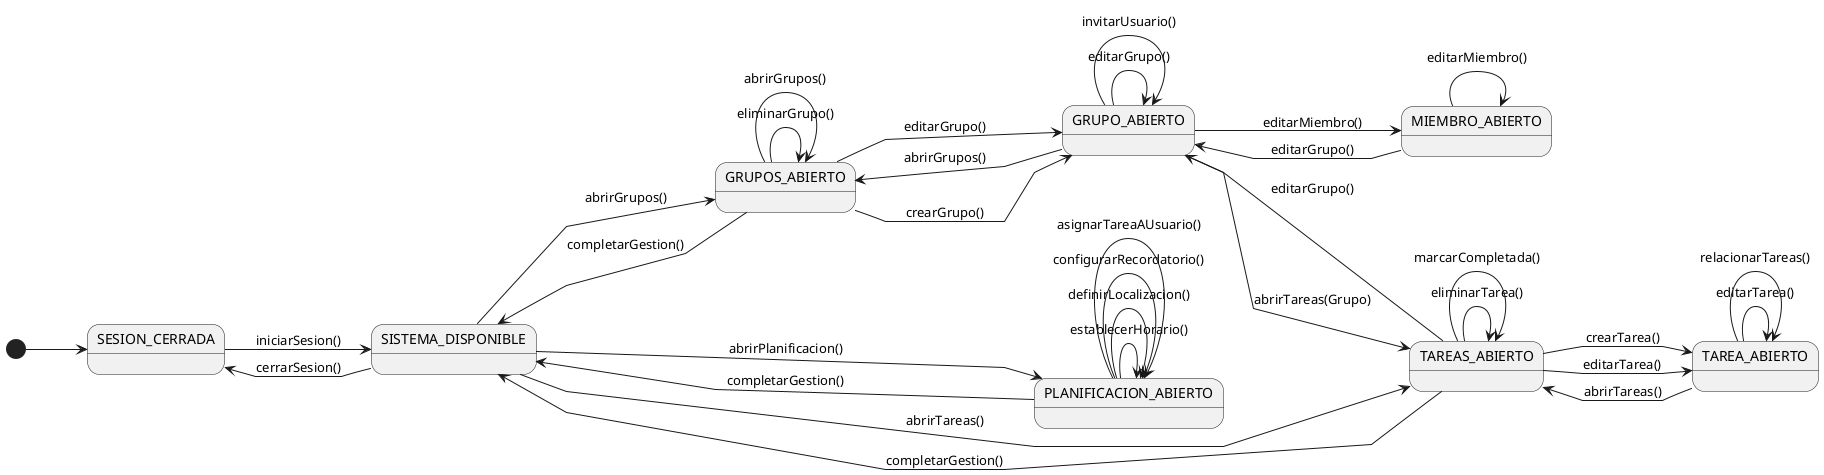
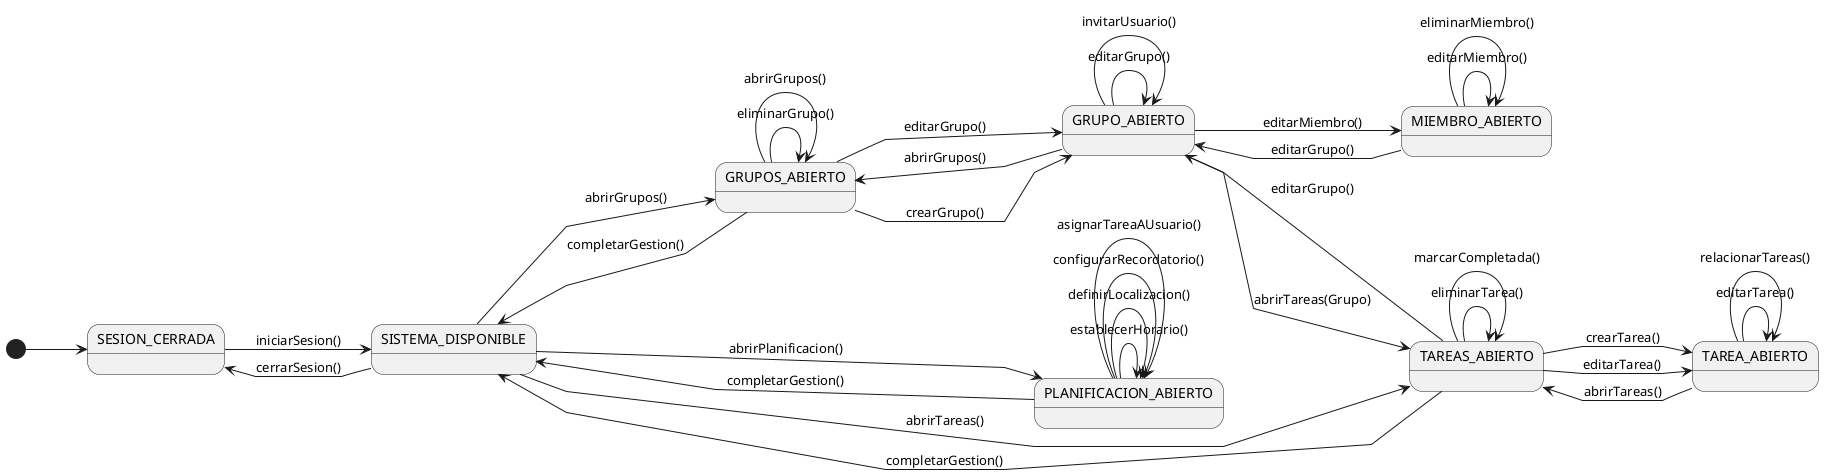
@startuml DiagramaContextoAdmin
left to right direction
skinparam linetype polyline

state "SESION_CERRADA" as NoAuth
state "SISTEMA_DISPONIBLE" as Menu

state "PLANIFICACION_ABIERTO" as Planificacion

state "TAREAS_ABIERTO" as ListProgramas
state "TAREA_ABIERTO" as EditPrograma

state "GRUPOS_ABIERTO" as ListGrupos
state "GRUPO_ABIERTO" as EditGrupo

state "MIEMBRO_ABIERTO" as EditMiembro

[*] --> NoAuth

NoAuth --> Menu : iniciarSesion()

Menu --> NoAuth : cerrarSesion()
Menu --> ListProgramas: abrirTareas()
Menu --> ListGrupos: abrirGrupos()
Menu ---> Planificacion: abrirPlanificacion()

Planificacion --> Planificacion: establecerHorario()
Planificacion --> Planificacion: definirLocalizacion()
Planificacion --> Planificacion: configurarRecordatorio()
Planificacion --> Planificacion: asignarTareaAUsuario()

ListProgramas --> EditPrograma: crearTarea()
ListProgramas --> EditPrograma: editarTarea()
ListProgramas --> ListProgramas: eliminarTarea()
ListProgramas --> ListProgramas: marcarCompletada()
ListProgramas --> EditGrupo: editarGrupo()

EditPrograma --> EditPrograma: editarTarea()
EditPrograma --> ListProgramas: abrirTareas()
EditPrograma --> EditPrograma: relacionarTareas()

ListGrupos --> EditGrupo: crearGrupo()
ListGrupos --> EditGrupo: editarGrupo()
ListGrupos --> ListGrupos: eliminarGrupo()
ListGrupos --> ListGrupos: abrirGrupos()

EditGrupo --> ListProgramas: abrirTareas(Grupo)
EditGrupo --> ListGrupos: abrirGrupos()
EditGrupo --> EditGrupo: editarGrupo()
EditGrupo --> EditGrupo: invitarUsuario()
EditGrupo --> EditMiembro: editarMiembro()

EditMiembro --> EditGrupo: editarGrupo()
EditMiembro --> EditMiembro: editarMiembro()
+ EditMiembro --> EditMiembro: eliminarMiembro()

ListProgramas --> Menu: completarGestion()
ListGrupos --> Menu: completarGestion()
Planificacion --> Menu: completarGestion()
@enduml